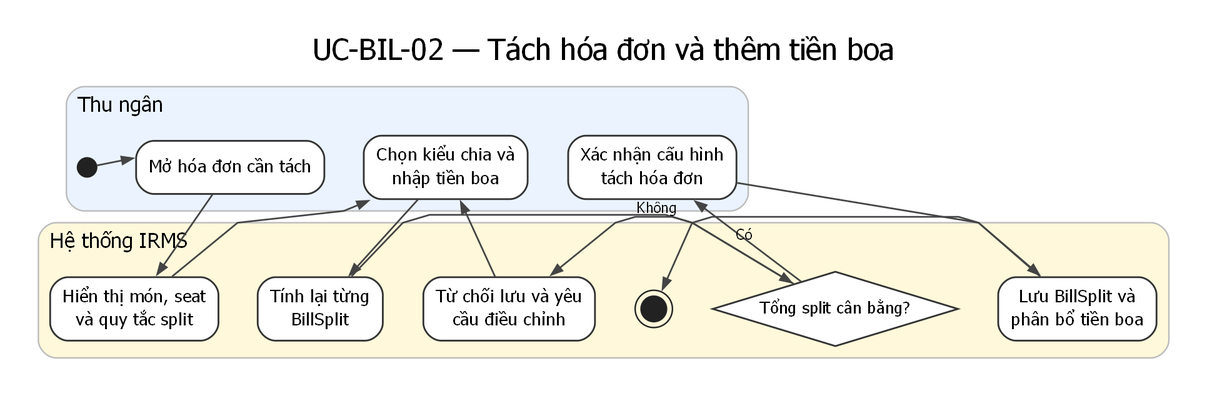
Earlier version of the Graphviz export assets/diagrams/rendered/activity/uc-bil-02-split-bill-and-tip.png (lehoangluan1/SA_IRMS). Its source is kept beside it as assets/diagrams/source/activity/uc-bil-02-split-bill-and-tip.dot. The source it was exported from:
```dot
digraph G {
  graph [rankdir=TB, newrank=true, splines=polyline, nodesep=0.38, ranksep=0.62, pad=0.25, dpi=170, bgcolor="white", fontname="DejaVu Sans"];
  node [fontname="DejaVu Sans"];
  edge [fontname="DejaVu Sans", fontsize=10, color="#444444", penwidth=1.15, arrowsize=0.75];
  labelloc="t"; labeljust="c"; fontsize=20; fontname="DejaVu Sans"; label="UC-BIL-02 — Tách hóa đơn và thêm tiền boa";
  subgraph cluster_l1 {
    style="rounded,filled";
    fillcolor="#EAF3FF"; color="#BBBBBB"; penwidth=1.0;
    label="Thu ngân"; fontsize=14; labelloc="t"; labeljust="l";
    rank=same;
    n0 [shape=circle, label="", width=0.18, height=0.18, fixedsize=true, style=filled, fillcolor="#222222", color="#222222"];
    n1 [label="Mở hóa đơn cần tách", shape=rect, style="rounded,filled", fillcolor="white", color="#333333", penwidth=1.2, fontsize=12, margin="0.12,0.08"];
    n3 [label="Chọn kiểu chia và
nhập tiền boa", shape=rect, style="rounded,filled", fillcolor="white", color="#333333", penwidth=1.2, fontsize=12, margin="0.12,0.08"];
    n6 [label="Xác nhận cấu hình
tách hóa đơn", shape=rect, style="rounded,filled", fillcolor="white", color="#333333", penwidth=1.2, fontsize=12, margin="0.12,0.08"];
    n0 -> n1 -> n3 -> n6 [style=invis, weight=20];
  }
  subgraph cluster_l2 {
    style="rounded,filled";
    fillcolor="#FFF8DB"; color="#BBBBBB"; penwidth=1.0;
    label="Hệ thống IRMS"; fontsize=14; labelloc="t"; labeljust="l";
    rank=same;
    n2 [label="Hiển thị món, seat
và quy tắc split", shape=rect, style="rounded,filled", fillcolor="white", color="#333333", penwidth=1.2, fontsize=12, margin="0.12,0.08"];
    n4 [label="Tính lại từng
BillSplit", shape=rect, style="rounded,filled", fillcolor="white", color="#333333", penwidth=1.2, fontsize=12, margin="0.12,0.08"];
    n5 [label="Tổng split cân bằng?", shape=diamond, style="filled", fillcolor="white", color="#333333", penwidth=1.2, fontsize=11, width=1.2, height=0.7, margin="0.05,0.03"];
    n7 [label="Lưu BillSplit và
phân bổ tiền boa", shape=rect, style="rounded,filled", fillcolor="white", color="#333333", penwidth=1.2, fontsize=12, margin="0.12,0.08"];
    n8 [label="Từ chối lưu và yêu
cầu điều chỉnh", shape=rect, style="rounded,filled", fillcolor="white", color="#333333", penwidth=1.2, fontsize=12, margin="0.12,0.08"];
    n9 [shape=doublecircle, label="", width=0.24, height=0.24, fixedsize=true, style=filled, fillcolor="#222222", color="#222222"];
    n2 -> n4 -> n5 -> n7 -> n8 -> n9 [style=invis, weight=20];
  }
  n0 -> n1;
  n1 -> n2;
  n2 -> n3;
  n3 -> n4;
  n4 -> n5;
  n5 -> n6 [xlabel="Có"];
  n5 -> n8 [xlabel="Không"];
  n8 -> n3;
  n6 -> n7;
  n7 -> n9;
}
```
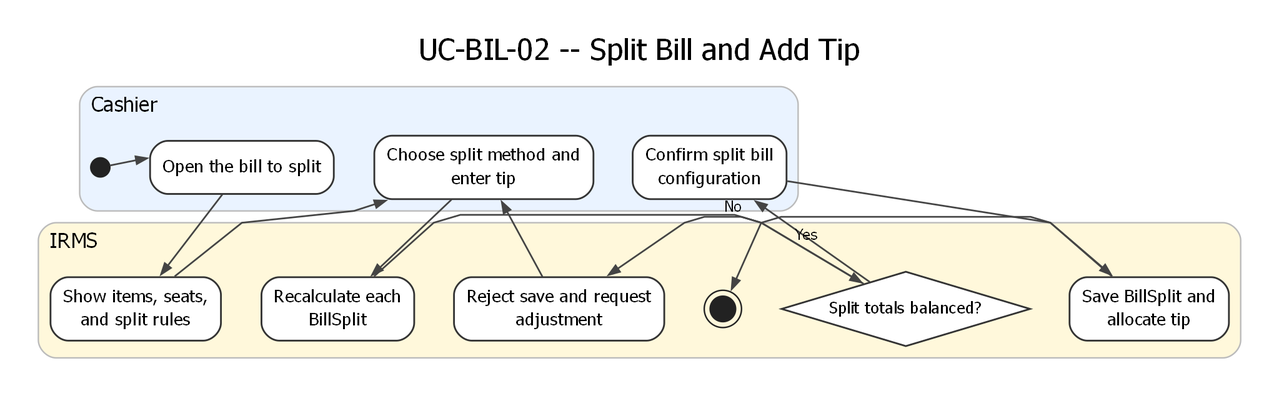
After the change.

What changed in the source:
```diff
@@ -2,34 +2,28 @@
   graph [rankdir=TB, newrank=true, splines=polyline, nodesep=0.38, ranksep=0.62, pad=0.25, dpi=170, bgcolor="white", fontname="DejaVu Sans"];
   node [fontname="DejaVu Sans"];
   edge [fontname="DejaVu Sans", fontsize=10, color="#444444", penwidth=1.15, arrowsize=0.75];
-  labelloc="t"; labeljust="c"; fontsize=20; fontname="DejaVu Sans"; label="UC-BIL-02 — Tách hóa đơn và thêm tiền boa";
+  labelloc="t"; labeljust="c"; fontsize=20; fontname="DejaVu Sans"; label="UC-BIL-02 -- Split Bill and Add Tip";
   subgraph cluster_l1 {
     style="rounded,filled";
     fillcolor="#EAF3FF"; color="#BBBBBB"; penwidth=1.0;
-    label="Thu ngân"; fontsize=14; labelloc="t"; labeljust="l";
+    label="Cashier"; fontsize=14; labelloc="t"; labeljust="l";
     rank=same;
     n0 [shape=circle, label="", width=0.18, height=0.18, fixedsize=true, style=filled, fillcolor="#222222", color="#222222"];
-    n1 [label="Mở hóa đơn cần tách", shape=rect, style="rounded,filled", fillcolor="white", color="#333333", penwidth=1.2, fontsize=12, margin="0.12,0.08"];
-    n3 [label="Chọn kiểu chia và
-nhập tiền boa", shape=rect, style="rounded,filled", fillcolor="white", color="#333333", penwidth=1.2, fontsize=12, margin="0.12,0.08"];
-    n6 [label="Xác nhận cấu hình
-tách hóa đơn", shape=rect, style="rounded,filled", fillcolor="white", color="#333333", penwidth=1.2, fontsize=12, margin="0.12,0.08"];
+    n1 [label="Open the bill to split", shape=rect, style="rounded,filled", fillcolor="white", color="#333333", penwidth=1.2, fontsize=12, margin="0.12,0.08"];
+    n3 [label="Choose split method and\nenter tip", shape=rect, style="rounded,filled", fillcolor="white", color="#333333", penwidth=1.2, fontsize=12, margin="0.12,0.08"];
+    n6 [label="Confirm split bill\nconfiguration", shape=rect, style="rounded,filled", fillcolor="white", color="#333333", penwidth=1.2, fontsize=12, margin="0.12,0.08"];
     n0 -> n1 -> n3 -> n6 [style=invis, weight=20];
   }
   subgraph cluster_l2 {
     style="rounded,filled";
     fillcolor="#FFF8DB"; color="#BBBBBB"; penwidth=1.0;
-    label="Hệ thống IRMS"; fontsize=14; labelloc="t"; labeljust="l";
+    label="IRMS"; fontsize=14; labelloc="t"; labeljust="l";
     rank=same;
-    n2 [label="Hiển thị món, seat
-và quy tắc split", shape=rect, style="rounded,filled", fillcolor="white", color="#333333", penwidth=1.2, fontsize=12, margin="0.12,0.08"];
-    n4 [label="Tính lại từng
-BillSplit", shape=rect, style="rounded,filled", fillcolor="white", color="#333333", penwidth=1.2, fontsize=12, margin="0.12,0.08"];
-    n5 [label="Tổng split cân bằng?", shape=diamond, style="filled", fillcolor="white", color="#333333", penwidth=1.2, fontsize=11, width=1.2, height=0.7, margin="0.05,0.03"];
-    n7 [label="Lưu BillSplit và
-phân bổ tiền boa", shape=rect, style="rounded,filled", fillcolor="white", color="#333333", penwidth=1.2, fontsize=12, margin="0.12,0.08"];
-    n8 [label="Từ chối lưu và yêu
-cầu điều chỉnh", shape=rect, style="rounded,filled", fillcolor="white", color="#333333", penwidth=1.2, fontsize=12, margin="0.12,0.08"];
+    n2 [label="Show items, seats,\nand split rules", shape=rect, style="rounded,filled", fillcolor="white", color="#333333", penwidth=1.2, fontsize=12, margin="0.12,0.08"];
+    n4 [label="Recalculate each\nBillSplit", shape=rect, style="rounded,filled", fillcolor="white", color="#333333", penwidth=1.2, fontsize=12, margin="0.12,0.08"];
+    n5 [label="Split totals balanced?", shape=diamond, style="filled", fillcolor="white", color="#333333", penwidth=1.2, fontsize=11, width=1.2, height=0.7, margin="0.05,0.03"];
+    n7 [label="Save BillSplit and\nallocate tip", shape=rect, style="rounded,filled", fillcolor="white", color="#333333", penwidth=1.2, fontsize=12, margin="0.12,0.08"];
+    n8 [label="Reject save and request\nadjustment", shape=rect, style="rounded,filled", fillcolor="white", color="#333333", penwidth=1.2, fontsize=12, margin="0.12,0.08"];
     n9 [shape=doublecircle, label="", width=0.24, height=0.24, fixedsize=true, style=filled, fillcolor="#222222", color="#222222"];
     n2 -> n4 -> n5 -> n7 -> n8 -> n9 [style=invis, weight=20];
   }
@@ -38,8 +32,8 @@
   n2 -> n3;
   n3 -> n4;
   n4 -> n5;
-  n5 -> n6 [xlabel="Có"];
-  n5 -> n8 [xlabel="Không"];
+  n5 -> n6 [xlabel="Yes"];
+  n5 -> n8 [xlabel="No"];
   n8 -> n3;
   n6 -> n7;
   n7 -> n9;
```
